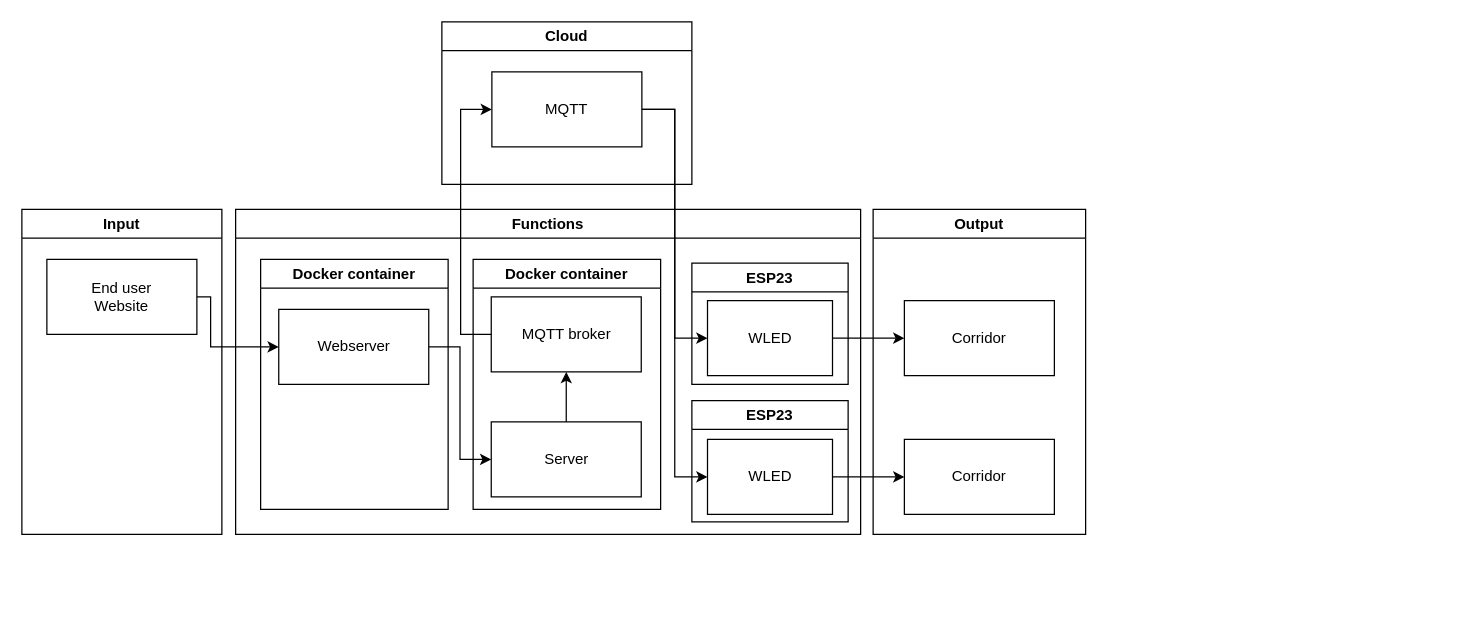
This is docs/ArchitectureDiagram.drawio from vives-project-xp/InteractiveCorridor, a draw.io file, before an edit. Source tidied: cells renumbered, new cells numbered last; positions are measured from the earlier drawing's top-left corner, leaving out a move shared by most shapes. Both pictures are drawn from the tidied source at 125%, with x=0, y=0 at pixel (21, 21).
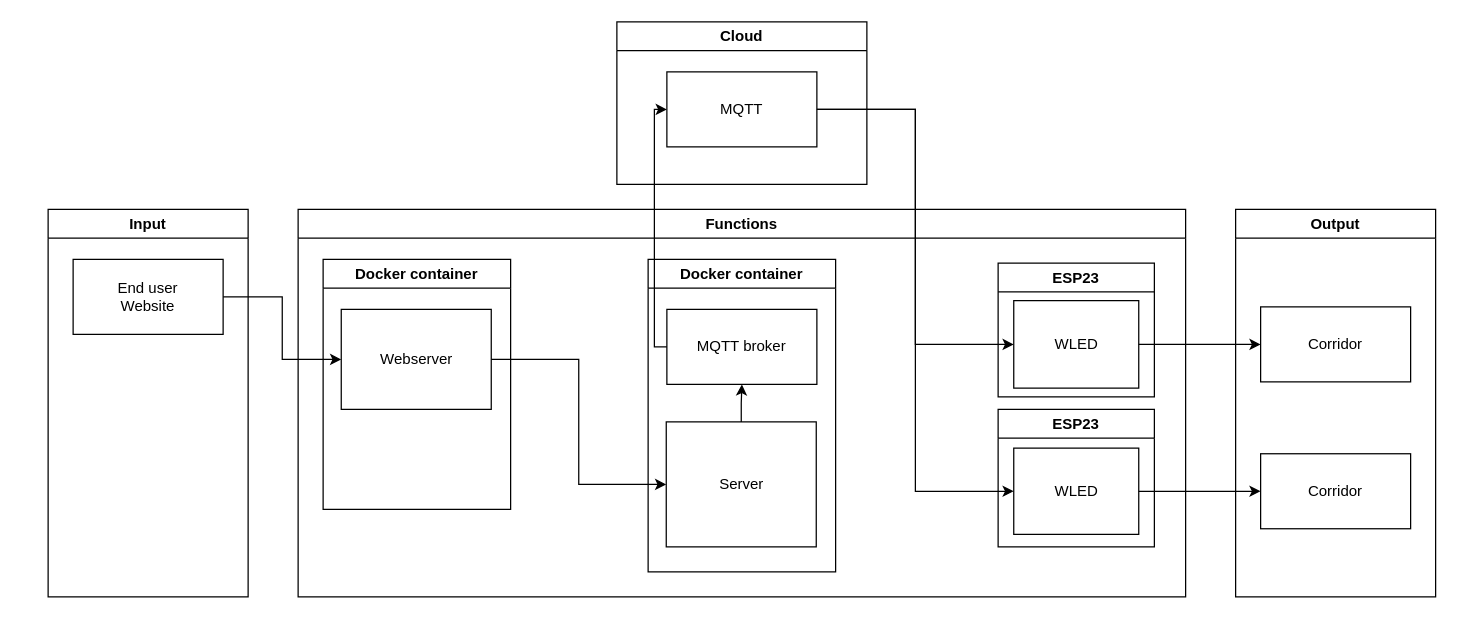
After the change.

Commit message:
Update architecture diagram

The edit, as a diff of the source:
```diff
@@
-    <mxCell id="2" value="Input" style="swimlane;whiteSpace=wrap;html=1;fillColor=none;" parent="1" vertex="1">
-      <mxGeometry y="150" width="160" height="260" as="geometry" />
+    <mxCell id="2" value="Input" style="swimlane;whiteSpace=wrap;html=1;swimlaneLine=1;shadow=0;rounded=0;" parent="1" vertex="1">
+      <mxGeometry x="21" y="150" width="160" height="310" as="geometry" />
     </mxCell>
-    <mxCell id="3" value="End user&lt;br&gt;Website" style="rounded=0;whiteSpace=wrap;html=1;fillColor=none;" parent="2" vertex="1">
+    <mxCell id="3" value="End user&lt;br&gt;Website" style="rounded=0;whiteSpace=wrap;html=1;swimlaneLine=1;shadow=0;" parent="2" vertex="1">
       <mxGeometry x="20" y="40" width="120" height="60" as="geometry" />
     </mxCell>
-    <mxCell id="4" value="Functions" style="swimlane;whiteSpace=wrap;html=1;fillColor=none;" parent="1" vertex="1">
-      <mxGeometry x="171" y="150" width="500" height="260" as="geometry" />
+    <mxCell id="4" value="Functions" style="swimlane;whiteSpace=wrap;html=1;swimlaneLine=1;shadow=0;rounded=0;" parent="1" vertex="1">
+      <mxGeometry x="221" y="150" width="710" height="310" as="geometry" />
     </mxCell>
-    <mxCell id="5" value="Docker container" style="swimlane;whiteSpace=wrap;html=1;fillColor=none;" parent="4" vertex="1">
-      <mxGeometry x="190" y="40" width="150" height="200" as="geometry" />
+    <mxCell id="5" value="Docker container" style="swimlane;whiteSpace=wrap;html=1;swimlaneLine=1;shadow=0;rounded=0;" parent="4" vertex="1">
+      <mxGeometry x="280" y="40" width="150" height="250" as="geometry" />
     </mxCell>
-    <mxCell id="6" value="MQTT broker" style="rounded=0;whiteSpace=wrap;html=1;fillColor=none;" parent="5" vertex="1">
-      <mxGeometry x="14.5" y="30" width="120" height="60" as="geometry" />
+    <mxCell id="6" value="MQTT broker" style="rounded=0;whiteSpace=wrap;html=1;swimlaneLine=1;shadow=0;" parent="5" vertex="1">
+      <mxGeometry x="15" y="40" width="120" height="60" as="geometry" />
     </mxCell>
-    <mxCell id="7" value="Server" style="rounded=0;whiteSpace=wrap;html=1;fillColor=none;" parent="5" vertex="1">
-      <mxGeometry x="14.5" y="130" width="120" height="60" as="geometry" />
+    <mxCell id="7" value="Server" style="rounded=0;whiteSpace=wrap;html=1;swimlaneLine=1;shadow=0;" parent="5" vertex="1">
+      <mxGeometry x="14.5" y="130" width="120" height="100" as="geometry" />
     </mxCell>
-    <mxCell id="8" style="edgeStyle=orthogonalEdgeStyle;rounded=0;html=1;exitX=0.5;exitY=0;exitDx=0;exitDy=0;entryX=0.5;entryY=1;entryDx=0;entryDy=0;" parent="5" edge="1" source="7" target="6">
+    <mxCell id="8" style="edgeStyle=orthogonalEdgeStyle;rounded=0;html=1;exitX=0.5;exitY=0;exitDx=0;exitDy=0;entryX=0.5;entryY=1;entryDx=0;entryDy=0;swimlaneLine=1;shadow=0;" parent="5" edge="1" source="7" target="6">
       <mxGeometry relative="1" as="geometry" />
     </mxCell>
-    <mxCell id="9" value="Docker container" style="swimlane;whiteSpace=wrap;html=1;fillColor=none;" parent="4" vertex="1">
+    <mxCell id="9" value="Docker container" style="swimlane;whiteSpace=wrap;html=1;swimlaneLine=1;shadow=0;rounded=0;" parent="4" vertex="1">
       <mxGeometry x="20" y="40" width="150" height="200" as="geometry" />
     </mxCell>
-    <mxCell id="10" value="Webserver" style="rounded=0;whiteSpace=wrap;html=1;fillColor=none;" parent="9" vertex="1">
-      <mxGeometry x="14.5" y="40" width="120" height="60" as="geometry" />
+    <mxCell id="10" value="Webserver" style="rounded=0;whiteSpace=wrap;html=1;swimlaneLine=1;shadow=0;" parent="9" vertex="1">
+      <mxGeometry x="14.5" y="40" width="120" height="80" as="geometry" />
     </mxCell>
-    <mxCell id="11" style="edgeStyle=orthogonalEdgeStyle;rounded=0;html=1;exitX=1;exitY=0.5;exitDx=0;exitDy=0;entryX=0;entryY=0.5;entryDx=0;entryDy=0;" parent="4" edge="1" source="10" target="7">
+    <mxCell id="11" style="edgeStyle=orthogonalEdgeStyle;rounded=0;html=1;exitX=1;exitY=0.5;exitDx=0;exitDy=0;entryX=0;entryY=0.5;entryDx=0;entryDy=0;swimlaneLine=1;shadow=0;" parent="4" edge="1" source="10" target="7">
       <mxGeometry relative="1" as="geometry" />
     </mxCell>
-    <mxCell id="12" value="Cloud" style="swimlane;whiteSpace=wrap;html=1;fillColor=none;" parent="4" vertex="1">
-      <mxGeometry x="165" y="-150" width="200" height="130" as="geometry" />
-    </mxCell>
-    <mxCell id="13" value="MQTT" style="rounded=0;whiteSpace=wrap;html=1;fillColor=none;" parent="12" vertex="1">
-      <mxGeometry x="40" y="40" width="120" height="60" as="geometry" />
-    </mxCell>
-    <mxCell id="14" style="edgeStyle=orthogonalEdgeStyle;rounded=0;html=1;exitX=0;exitY=0.5;exitDx=0;exitDy=0;entryX=0;entryY=0.5;entryDx=0;entryDy=0;" parent="4" edge="1" source="6" target="13">
-      <mxGeometry relative="1" as="geometry">
-        <Array as="points">
-          <mxPoint x="180" y="100" />
-          <mxPoint x="180" y="-80" />
-        </Array>
-      </mxGeometry>
-    </mxCell>
-    <mxCell id="15" value="ESP23" style="swimlane;whiteSpace=wrap;html=1;" parent="4" vertex="1">
-      <mxGeometry x="365" y="43" width="125" height="97" as="geometry" />
+    <mxCell id="15" value="ESP23" style="swimlane;whiteSpace=wrap;html=1;swimlaneLine=1;shadow=0;rounded=0;" parent="4" vertex="1">
+      <mxGeometry x="560" y="43" width="125" height="107" as="geometry" />
     </mxCell>
-    <mxCell id="16" value="WLED" style="rounded=0;whiteSpace=wrap;html=1;fillColor=none;" parent="15" vertex="1">
-      <mxGeometry x="12.5" y="30" width="100" height="60" as="geometry" />
+    <mxCell id="16" value="WLED" style="rounded=0;whiteSpace=wrap;html=1;swimlaneLine=1;shadow=0;" parent="15" vertex="1">
+      <mxGeometry x="12.5" y="30" width="100" height="70" as="geometry" />
     </mxCell>
-    <mxCell id="17" value="ESP23" style="swimlane;whiteSpace=wrap;html=1;" parent="4" vertex="1">
-      <mxGeometry x="365" y="153" width="125" height="97" as="geometry" />
+    <mxCell id="17" value="ESP23" style="swimlane;whiteSpace=wrap;html=1;swimlaneLine=1;shadow=0;rounded=0;" parent="4" vertex="1">
+      <mxGeometry x="560" y="160" width="125" height="110" as="geometry" />
     </mxCell>
-    <mxCell id="18" value="WLED" style="rounded=0;whiteSpace=wrap;html=1;fillColor=none;" parent="17" vertex="1">
-      <mxGeometry x="12.5" y="31" width="100" height="60" as="geometry" />
+    <mxCell id="18" value="WLED" style="rounded=0;whiteSpace=wrap;html=1;swimlaneLine=1;shadow=0;" parent="17" vertex="1">
+      <mxGeometry x="12.5" y="31" width="100" height="69" as="geometry" />
     </mxCell>
-    <mxCell id="19" style="edgeStyle=orthogonalEdgeStyle;rounded=0;html=1;exitX=1;exitY=0.5;exitDx=0;exitDy=0;entryX=0;entryY=0.5;entryDx=0;entryDy=0;" parent="4" edge="1" source="13" target="18">
-      <mxGeometry relative="1" as="geometry" />
-    </mxCell>
-    <mxCell id="20" style="edgeStyle=orthogonalEdgeStyle;rounded=0;html=1;exitX=1;exitY=0.5;exitDx=0;exitDy=0;entryX=0;entryY=0.5;entryDx=0;entryDy=0;" parent="4" edge="1" source="13" target="16">
-      <mxGeometry relative="1" as="geometry" />
-    </mxCell>
-    <mxCell id="21" value="Output" style="swimlane;whiteSpace=wrap;html=1;fillColor=none;" parent="1" vertex="1">
-      <mxGeometry x="681" y="150" width="170" height="260" as="geometry" />
+    <mxCell id="21" value="Output" style="swimlane;whiteSpace=wrap;html=1;swimlaneLine=1;shadow=0;rounded=0;" parent="1" vertex="1">
+      <mxGeometry x="971" y="150" width="160" height="310" as="geometry" />
     </mxCell>
-    <mxCell id="22" value="Corridor" style="rounded=0;whiteSpace=wrap;html=1;fillColor=none;" parent="21" vertex="1">
-      <mxGeometry x="25" y="73" width="120" height="60" as="geometry" />
+    <mxCell id="22" value="Corridor" style="rounded=0;whiteSpace=wrap;html=1;swimlaneLine=1;shadow=0;" parent="21" vertex="1">
+      <mxGeometry x="20" y="78" width="120" height="60" as="geometry" />
     </mxCell>
-    <mxCell id="23" value="Corridor" style="rounded=0;whiteSpace=wrap;html=1;fillColor=none;" parent="21" vertex="1">
-      <mxGeometry x="25" y="184" width="120" height="60" as="geometry" />
+    <mxCell id="23" value="Corridor" style="rounded=0;whiteSpace=wrap;html=1;swimlaneLine=1;shadow=0;" parent="21" vertex="1">
+      <mxGeometry x="20" y="195.5" width="120" height="60" as="geometry" />
     </mxCell>
-    <mxCell id="24" style="edgeStyle=orthogonalEdgeStyle;rounded=0;html=1;exitX=1;exitY=0.5;exitDx=0;exitDy=0;entryX=0;entryY=0.5;entryDx=0;entryDy=0;" parent="1" edge="1" source="3" target="10">
-      <mxGeometry relative="1" as="geometry">
-        <Array as="points">
-          <mxPoint x="151" y="220" />
-          <mxPoint x="151" y="260" />
-        </Array>
-      </mxGeometry>
-    </mxCell>
-    <mxCell id="25" style="edgeStyle=orthogonalEdgeStyle;rounded=0;html=1;exitX=1;exitY=0.5;exitDx=0;exitDy=0;entryX=0;entryY=0.5;entryDx=0;entryDy=0;" parent="1" edge="1" source="18" target="23">
+    <mxCell id="25" style="edgeStyle=orthogonalEdgeStyle;rounded=0;html=1;exitX=1;exitY=0.5;exitDx=0;exitDy=0;entryX=0;entryY=0.5;entryDx=0;entryDy=0;swimlaneLine=1;shadow=0;" parent="1" edge="1" source="18" target="23">
       <mxGeometry relative="1" as="geometry" />
     </mxCell>
-    <mxCell id="26" style="edgeStyle=orthogonalEdgeStyle;rounded=0;html=1;exitX=1;exitY=0.5;exitDx=0;exitDy=0;entryX=0;entryY=0.5;entryDx=0;entryDy=0;" parent="1" edge="1" source="16" target="22">
+    <mxCell id="26" style="edgeStyle=orthogonalEdgeStyle;rounded=0;html=1;exitX=1;exitY=0.5;exitDx=0;exitDy=0;entryX=0;entryY=0.5;entryDx=0;entryDy=0;swimlaneLine=1;shadow=0;" parent="1" edge="1" source="16" target="22">
       <mxGeometry relative="1" as="geometry" />
     </mxCell>
+    <mxCell id="12" value="Cloud" style="swimlane;whiteSpace=wrap;html=1;swimlaneLine=1;shadow=0;rounded=0;" parent="1" vertex="1">
+      <mxGeometry x="476" width="200" height="130" as="geometry" />
+    </mxCell>
+    <mxCell id="13" value="MQTT" style="rounded=0;whiteSpace=wrap;html=1;swimlaneLine=1;shadow=0;" parent="12" vertex="1">
+      <mxGeometry x="40" y="40" width="120" height="60" as="geometry" />
+    </mxCell>
+    <mxCell id="19" style="edgeStyle=orthogonalEdgeStyle;rounded=0;html=1;exitX=1;exitY=0.5;exitDx=0;exitDy=0;entryX=0;entryY=0.5;entryDx=0;entryDy=0;swimlaneLine=1;shadow=0;" parent="1" edge="1" source="13" target="18">
+      <mxGeometry relative="1" as="geometry" />
+    </mxCell>
+    <mxCell id="20" style="edgeStyle=orthogonalEdgeStyle;rounded=0;html=1;exitX=1;exitY=0.5;exitDx=0;exitDy=0;entryX=0;entryY=0.5;entryDx=0;entryDy=0;swimlaneLine=1;shadow=0;" parent="1" edge="1" source="13" target="16">
+      <mxGeometry relative="1" as="geometry" />
+    </mxCell>
+    <mxCell id="24" style="edgeStyle=orthogonalEdgeStyle;rounded=0;html=1;exitX=1;exitY=0.5;exitDx=0;exitDy=0;entryX=0;entryY=0.5;entryDx=0;entryDy=0;swimlaneLine=1;shadow=0;" parent="1" edge="1" source="3" target="10">
+      <mxGeometry relative="1" as="geometry" />
+    </mxCell>
+    <mxCell id="14" style="edgeStyle=orthogonalEdgeStyle;rounded=0;html=1;exitX=0;exitY=0.5;exitDx=0;exitDy=0;entryX=0;entryY=0.5;entryDx=0;entryDy=0;swimlaneLine=1;shadow=0;" parent="1" edge="1" source="6" target="13">
+      <mxGeometry relative="1" as="geometry" />
+    </mxCell>
```
